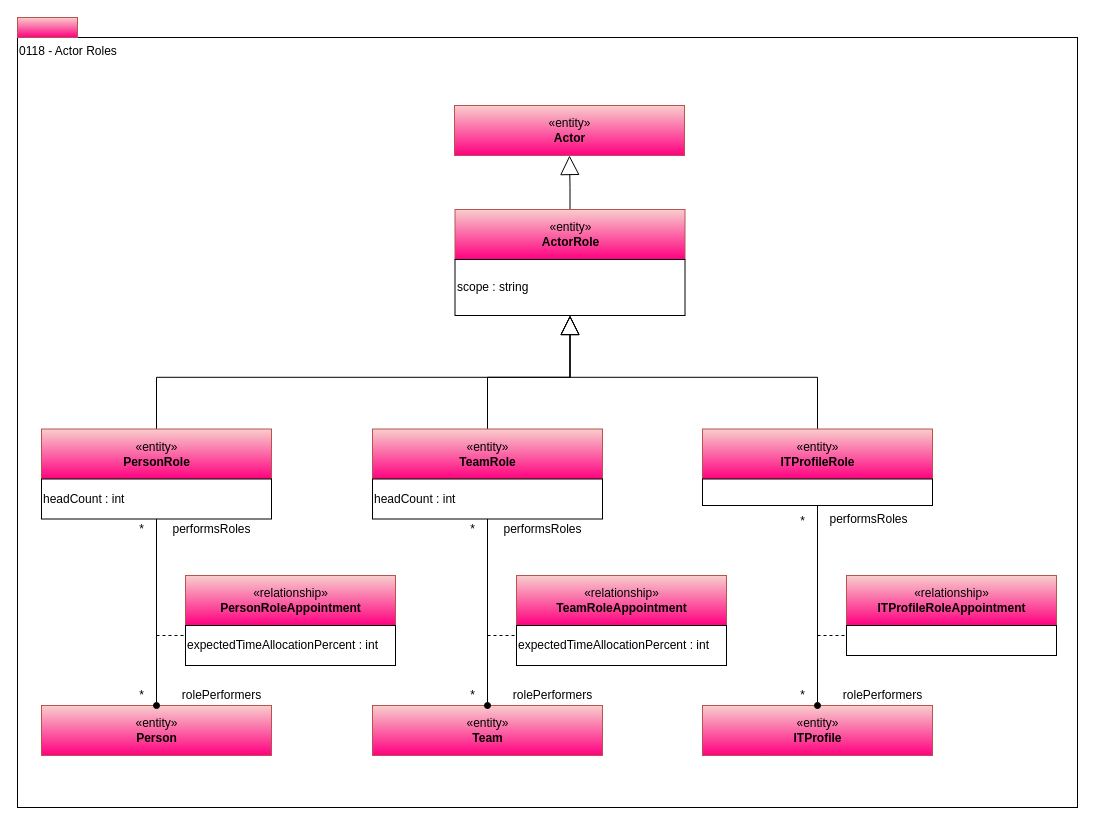
The draw.io diagram page "0118-Actor-Roles" (7 of 15) of site/docs/types/1/area-1-collaboration.drawio in odpi/egeria-docs, before the edit. Source tidied: cells renumbered, new cells numbered last; positions are measured from the earlier drawing's top-left corner, leaving out a move shared by most shapes. Both pictures are drawn from the tidied source at 100%, with x=0, y=0 at pixel (17, 17).
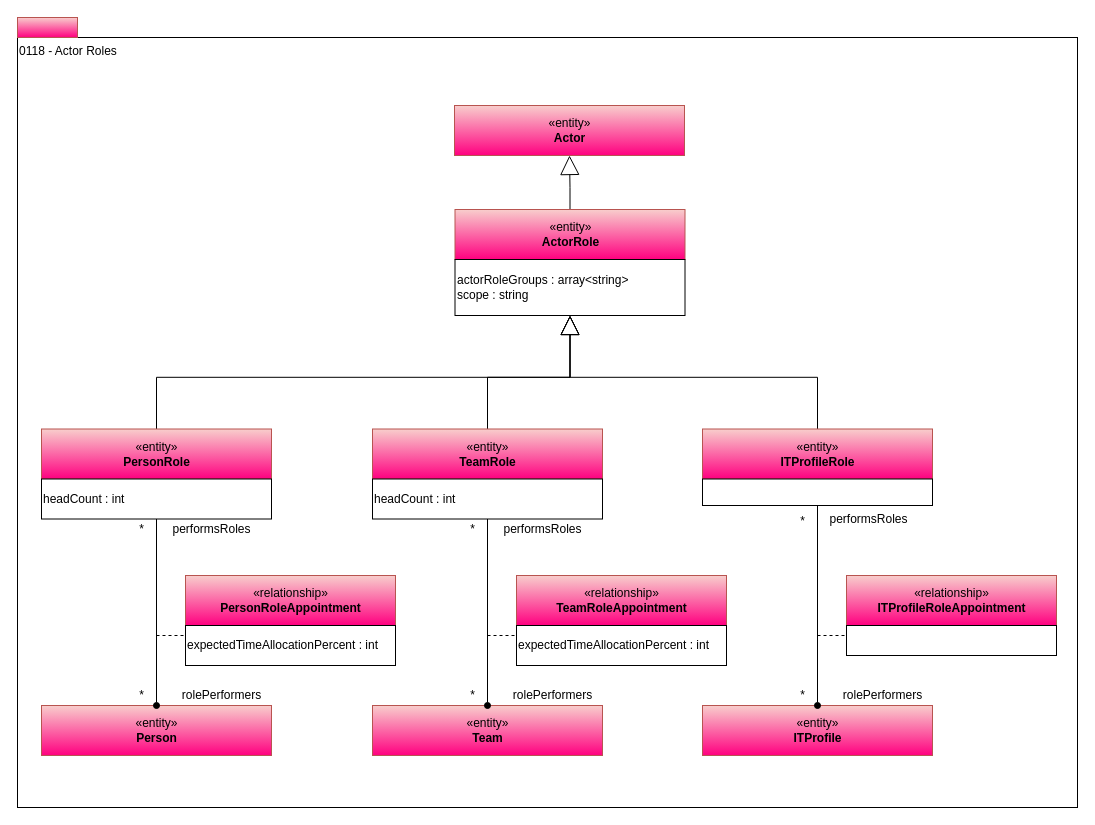
After the change.

The edit, as a diff of the source:
```diff
@@
-    <mxCell id="7" value="scope : string" style="rounded=0;whiteSpace=wrap;html=1;align=left;" parent="1" vertex="1">
+    <mxCell id="7" value="actorRoleGroups : array&amp;lt;string&amp;gt;&lt;div&gt;scope : string&lt;/div&gt;" style="rounded=0;whiteSpace=wrap;html=1;align=left;" parent="1" vertex="1">
       <mxGeometry x="437.5" y="242" width="230" height="56" as="geometry" />
     </mxCell>
```
